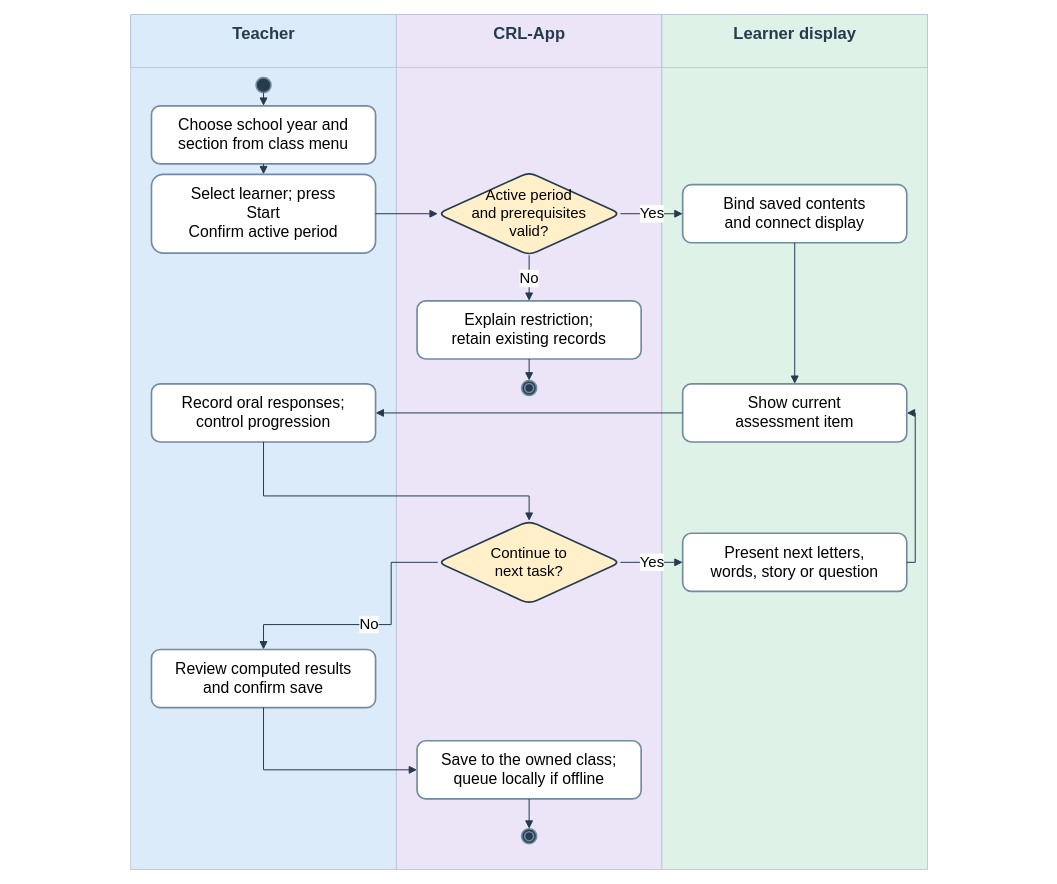
Earlier version of the draw.io diagram docs/diagrams/class-workspaces/figure-08-assessment.drawio (AkuSayangKamuJudaSayang/crl-app). Source tidied: cells renumbered, new cells numbered last; positions are measured from the earlier drawing's top-left corner, leaving out a move shared by most shapes. Both pictures are drawn from the tidied source at 83%, with x=0, y=0 at pixel (14, 14).
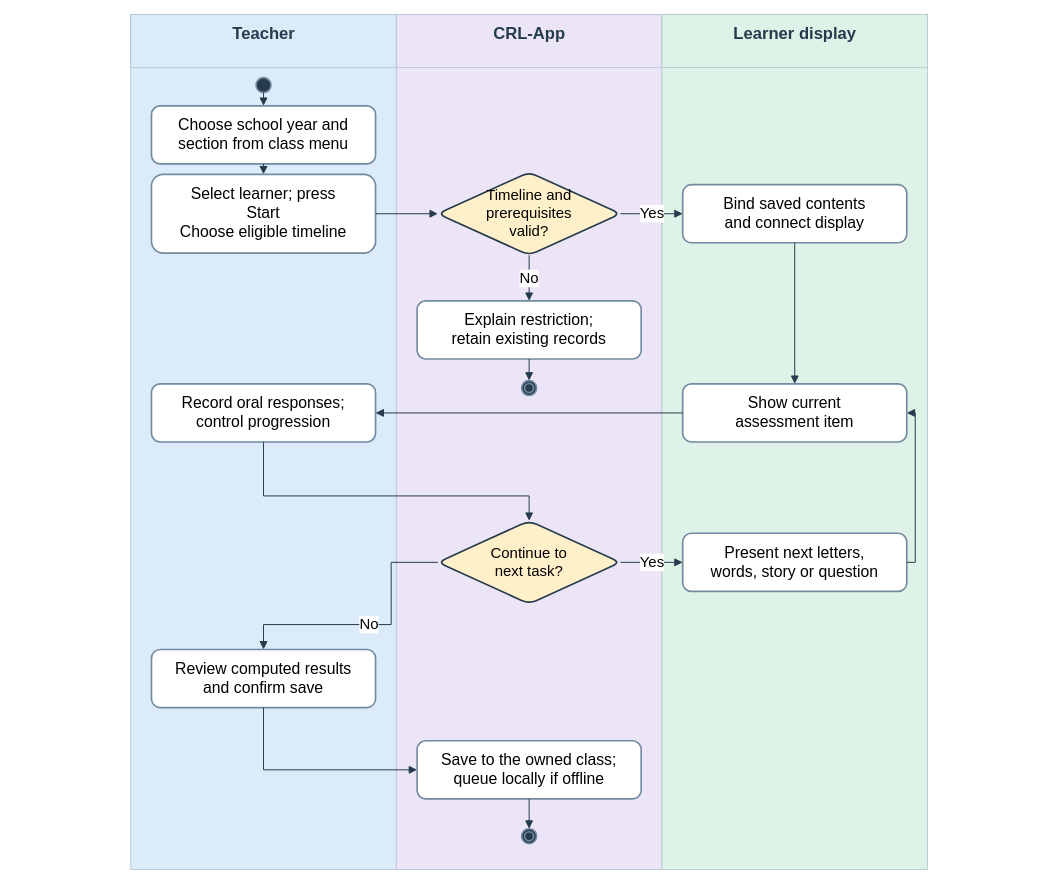
The same diagram, later.

Diff of the diagram source:
```diff
@@
-    <mxCell id="13" value="Select learner; press&lt;br&gt;Start&lt;br&gt;Confirm active period" style="rounded=1;whiteSpace=wrap;html=1;fontFamily=Arial;fillColor=#ffffff;strokeColor=#728ba0;strokeWidth=2;fontSize=19;" parent="1" vertex="1">
+    <mxCell id="13" value="Select learner; press&lt;br&gt;Start&lt;br&gt;Choose eligible timeline" style="rounded=1;whiteSpace=wrap;html=1;fontFamily=Arial;fillColor=#ffffff;strokeColor=#728ba0;strokeWidth=2;fontSize=19;" parent="1" vertex="1">
       <mxGeometry x="165" y="192.5" width="270" height="95" as="geometry" />
     </mxCell>
-    <mxCell id="14" value="Active period&lt;br&gt;and prerequisites&lt;br&gt;valid?" style="rounded=1;whiteSpace=wrap;html=1;fontFamily=Arial;fillColor=#ffffff;strokeColor=#728ba0;strokeWidth=2;fontSize=19;shape=rhombus;strokeColor=#263b4d;fillColor=#fff0c9;fontSize=18;" parent="1" vertex="1">
+    <mxCell id="14" value="Timeline and&lt;br&gt;prerequisites&lt;br&gt;valid?" style="rounded=1;whiteSpace=wrap;html=1;fontFamily=Arial;fillColor=#ffffff;strokeColor=#728ba0;strokeWidth=2;fontSize=19;shape=rhombus;strokeColor=#263b4d;fillColor=#fff0c9;fontSize=18;" parent="1" vertex="1">
       <mxGeometry x="510" y="190" width="220" height="100" as="geometry" />
     </mxCell>
```
